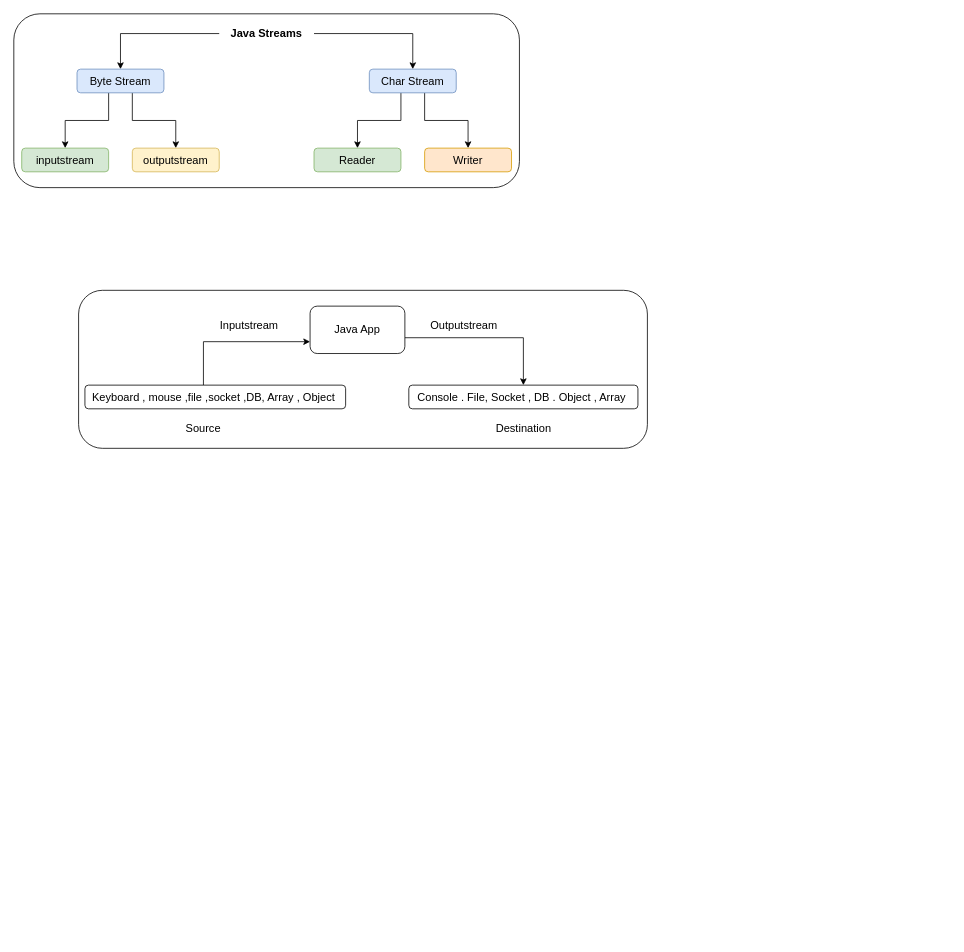
This is page "Page-2" (2 of 2) of AWS.drawio from Dhruv9066/Assignment, a draw.io file, before an edit. Source tidied: cells renumbered, new cells numbered last; positions are measured from the earlier drawing's top-left corner, leaving out a move shared by most shapes. Both pictures are drawn from the tidied source at 79%, with x=0, y=0 at pixel (13, 13).
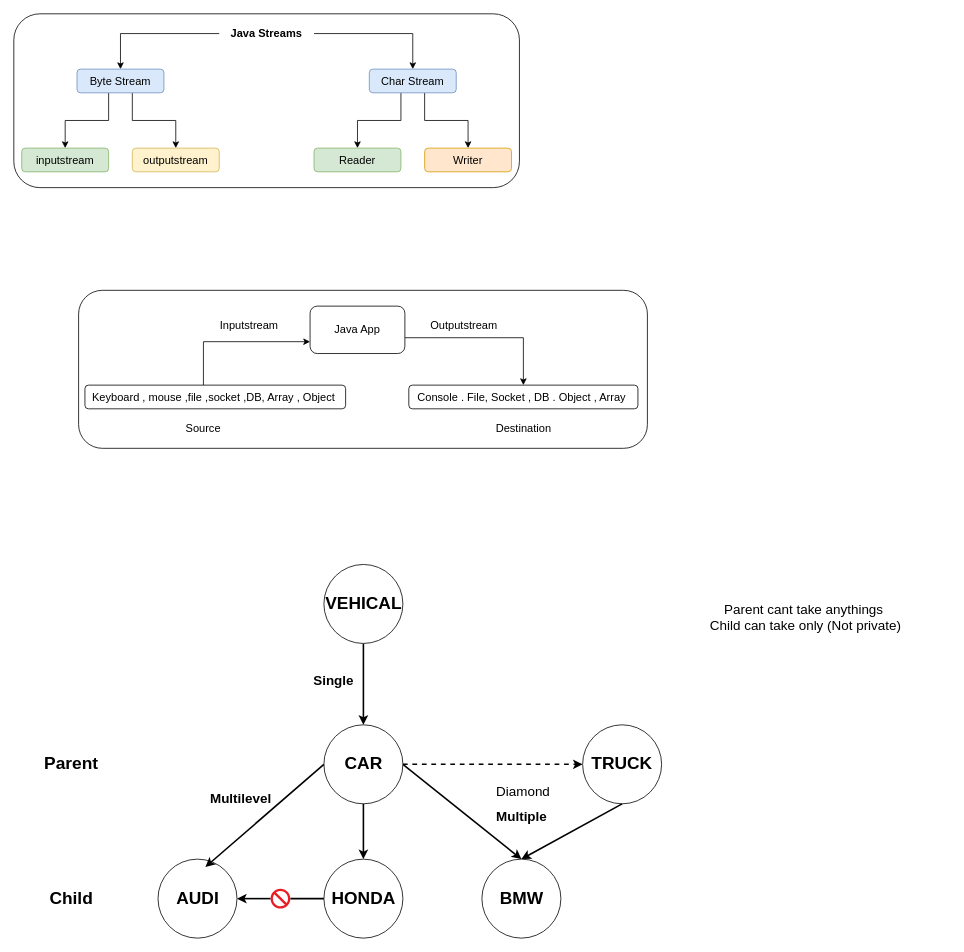
The same diagram, later.

Diff of the diagram source:
```diff
@@
+    <mxCell id="26" style="edgeStyle=orthogonalEdgeStyle;rounded=0;jettySize=auto;html=1;strokeWidth=2;fontSize=13;dashed=1;" parent="1" edge="1" source="27" target="39">
+      <mxGeometry relative="1" as="geometry" />
+    </mxCell>
+    <mxCell id="27" value="&lt;b&gt;&lt;font style=&quot;font-size: 22px;&quot;&gt;CAR&lt;/font&gt;&lt;/b&gt;" style="ellipse;whiteSpace=wrap;html=1;" parent="1" vertex="1">
+      <mxGeometry x="392.5" y="900" width="100" height="100" as="geometry" />
+    </mxCell>
+    <mxCell id="28" value="&lt;b&gt;&lt;font style=&quot;font-size: 22px;&quot;&gt;AUDI&lt;/font&gt;&lt;/b&gt;" style="ellipse;whiteSpace=wrap;html=1;" parent="1" vertex="1">
+      <mxGeometry x="182.5" y="1070" width="100" height="100" as="geometry" />
+    </mxCell>
+    <mxCell id="29" value="&lt;b&gt;&lt;font style=&quot;font-size: 22px;&quot;&gt;BMW&lt;/font&gt;&lt;/b&gt;" style="ellipse;whiteSpace=wrap;html=1;" parent="1" vertex="1">
+      <mxGeometry x="592.5" y="1070" width="100" height="100" as="geometry" />
+    </mxCell>
+    <mxCell id="30" value="&lt;b&gt;&lt;font style=&quot;font-size: 22px;&quot;&gt;HONDA&lt;/font&gt;&lt;/b&gt;" style="ellipse;whiteSpace=wrap;html=1;" parent="1" vertex="1">
+      <mxGeometry x="392.5" y="1070" width="100" height="100" as="geometry" />
+    </mxCell>
+    <mxCell id="31" style="endArrow=classic;html=1;rounded=0;fontSize=22;entryX=0.5;entryY=0;entryDx=0;entryDy=0;exitX=0.5;exitY=1;exitDx=0;exitDy=0;strokeWidth=2;" parent="1" edge="1" source="27" target="30">
+      <mxGeometry relative="1" as="geometry" />
+    </mxCell>
+    <mxCell id="32" style="endArrow=classic;html=1;rounded=0;fontSize=22;entryX=0.5;entryY=0;entryDx=0;entryDy=0;exitX=1;exitY=0.5;exitDx=0;exitDy=0;strokeWidth=2;" parent="1" edge="1" source="27" target="29">
+      <mxGeometry relative="1" as="geometry" />
+    </mxCell>
+    <mxCell id="33" value="&lt;b&gt;Parent&lt;/b&gt;" style="text;html=1;strokeColor=none;fillColor=none;align=center;verticalAlign=middle;whiteSpace=wrap;rounded=0;fontSize=22;" parent="1" vertex="1">
+      <mxGeometry x="42.5" y="935" width="60" height="30" as="geometry" />
+    </mxCell>
+    <mxCell id="34" value="&lt;b&gt;Child&lt;/b&gt;" style="text;html=1;strokeColor=none;fillColor=none;align=center;verticalAlign=middle;whiteSpace=wrap;rounded=0;fontSize=22;" parent="1" vertex="1">
+      <mxGeometry x="42.5" y="1105" width="60" height="30" as="geometry" />
+    </mxCell>
+    <mxCell id="35" style="endArrow=classic;html=1;rounded=0;fontSize=22;entryX=0.5;entryY=0;entryDx=0;entryDy=0;exitX=0;exitY=0.5;exitDx=0;exitDy=0;strokeWidth=2;" parent="1" edge="1" source="27">
+      <mxGeometry relative="1" as="geometry">
+        <mxPoint x="242.5" y="1080" as="targetPoint" />
+      </mxGeometry>
+    </mxCell>
+    <mxCell id="36" style="endArrow=classic;html=1;rounded=0;strokeWidth=2;fontSize=22;entryX=1;entryY=0.5;entryDx=0;entryDy=0;exitX=0;exitY=0.5;exitDx=0;exitDy=0;startArrow=none;" parent="1" edge="1" source="43" target="28">
+      <mxGeometry relative="1" as="geometry" />
+    </mxCell>
+    <mxCell id="37" style="edgeStyle=orthogonalEdgeStyle;rounded=0;jettySize=auto;html=1;entryX=0.5;entryY=0;entryDx=0;entryDy=0;strokeWidth=2;fontSize=13;" parent="1" edge="1" source="38" target="27">
+      <mxGeometry relative="1" as="geometry" />
+    </mxCell>
+    <mxCell id="38" value="&lt;b&gt;&lt;font style=&quot;font-size: 22px;&quot;&gt;VEHICAL&lt;br&gt;&lt;/font&gt;&lt;/b&gt;" style="ellipse;whiteSpace=wrap;html=1;" parent="1" vertex="1">
+      <mxGeometry x="392.5" y="697" width="100" height="100" as="geometry" />
+    </mxCell>
+    <mxCell id="39" value="&lt;b&gt;&lt;font style=&quot;font-size: 22px;&quot;&gt;TRUCK&lt;/font&gt;&lt;/b&gt;" style="ellipse;whiteSpace=wrap;html=1;" parent="1" vertex="1">
+      <mxGeometry x="720" y="900" width="100" height="100" as="geometry" />
+    </mxCell>
+    <mxCell id="40" style="endArrow=classic;html=1;rounded=0;fontSize=22;entryX=0.5;entryY=0;entryDx=0;entryDy=0;exitX=0.5;exitY=1;exitDx=0;exitDy=0;strokeWidth=2;" parent="1" edge="1" source="39" target="29">
+      <mxGeometry relative="1" as="geometry" />
+    </mxCell>
+    <mxCell id="41" value="&lt;font style=&quot;font-size: 17px;&quot;&gt;Diamond&lt;/font&gt;" style="text;html=1;strokeColor=none;fillColor=none;align=center;verticalAlign=middle;whiteSpace=wrap;rounded=0;fontSize=13;" parent="1" vertex="1">
+      <mxGeometry x="600" y="970" width="90" height="30" as="geometry" />
+    </mxCell>
+    <mxCell id="42" style="endArrow=none;html=1;rounded=0;strokeWidth=2;fontSize=22;entryX=1;entryY=0.5;entryDx=0;entryDy=0;exitX=0;exitY=0.5;exitDx=0;exitDy=0;" parent="1" edge="1" source="30" target="43">
+      <mxGeometry relative="1" as="geometry" />
+    </mxCell>
+    <mxCell id="43" style="sketch=0;shadow=0;dashed=0;html=1;strokeColor=none;labelPosition=center;verticalLabelPosition=bottom;verticalAlign=top;align=center;shape=mxgraph.mscae.enterprise.not_allowed;fillColor=#EA1C24;fontSize=22;" parent="1" vertex="1">
+      <mxGeometry x="325" y="1107.5" width="25" height="25" as="geometry" />
+    </mxCell>
+    <mxCell id="44" value="&lt;font style=&quot;font-size: 17px;&quot;&gt;&lt;b&gt;Multiple&lt;/b&gt;&lt;/font&gt;" style="text;html=1;strokeColor=none;fillColor=none;align=center;verticalAlign=middle;whiteSpace=wrap;rounded=0;fontSize=22;" parent="1" vertex="1">
+      <mxGeometry x="612.5" y="1000" width="60" height="30" as="geometry" />
+    </mxCell>
+    <mxCell id="45" value="&lt;b&gt;Single&lt;/b&gt;" style="text;html=1;strokeColor=none;fillColor=none;align=center;verticalAlign=middle;whiteSpace=wrap;rounded=0;fontSize=17;" parent="1" vertex="1">
+      <mxGeometry x="375" y="830" width="60" height="30" as="geometry" />
+    </mxCell>
+    <mxCell id="46" value="&lt;b&gt;Multilevel&lt;/b&gt;" style="text;html=1;strokeColor=none;fillColor=none;align=center;verticalAlign=middle;whiteSpace=wrap;rounded=0;fontSize=17;" parent="1" vertex="1">
+      <mxGeometry x="240" y="980" width="95" height="30" as="geometry" />
+    </mxCell>
+    <mxCell id="47" value="Parent cant take anythings&amp;nbsp;&lt;br&gt;Child can take only (Not private)&lt;br&gt;" style="text;html=1;strokeColor=none;fillColor=none;align=center;verticalAlign=middle;whiteSpace=wrap;rounded=0;fontSize=17;" parent="1" vertex="1">
+      <mxGeometry x="820" y="740" width="365" height="50" as="geometry" />
+    </mxCell>
```
